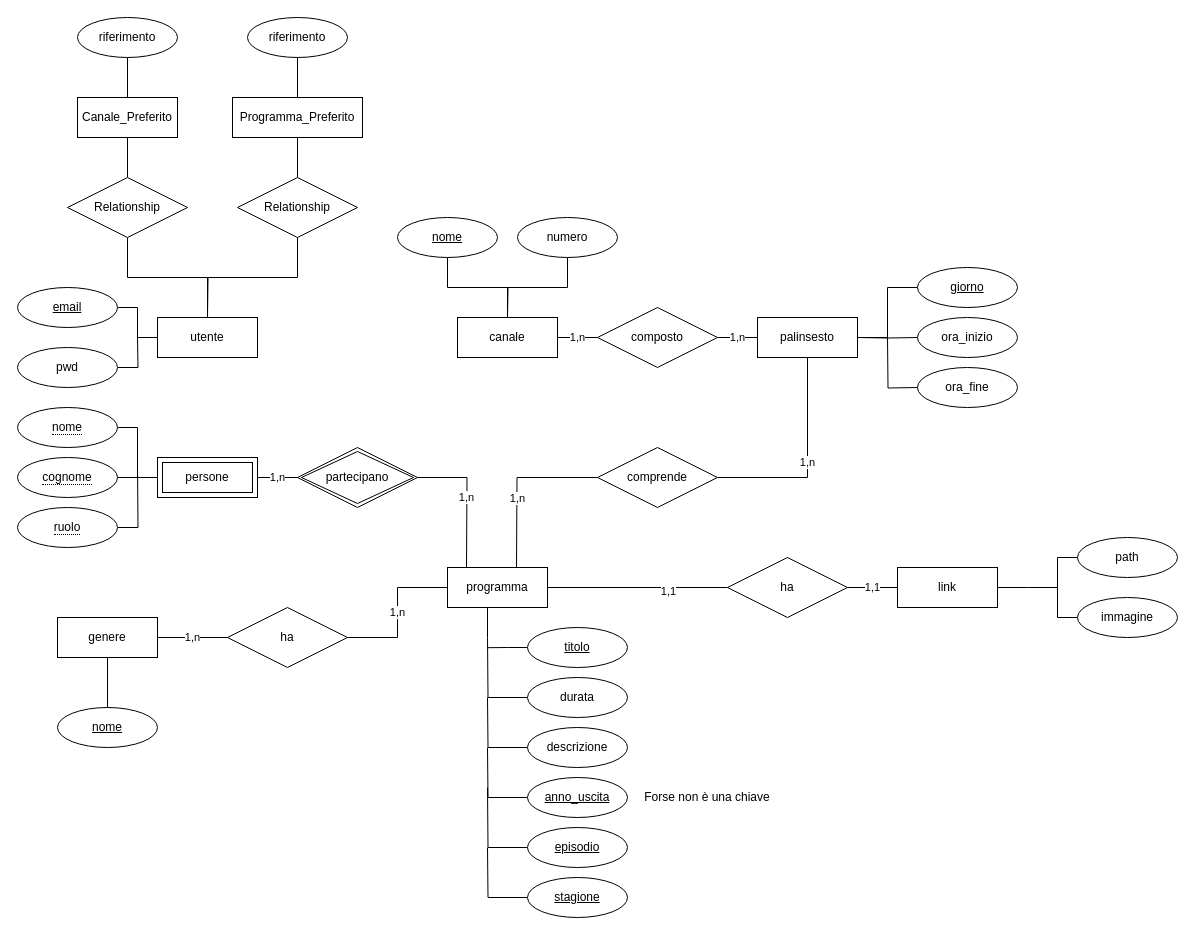
Before: page "Secondo_Ristr" (4 of 6) of Diagramma/Er_GuidaTv.drawio in Caprielos/Lbd, a draw.io diagram. Source tidied: cells renumbered, new cells numbered last; positions are measured from the earlier drawing's top-left corner, leaving out a move shared by most shapes. Both pictures are drawn from the tidied source at 100%, with x=0, y=0 at pixel (17, 17).
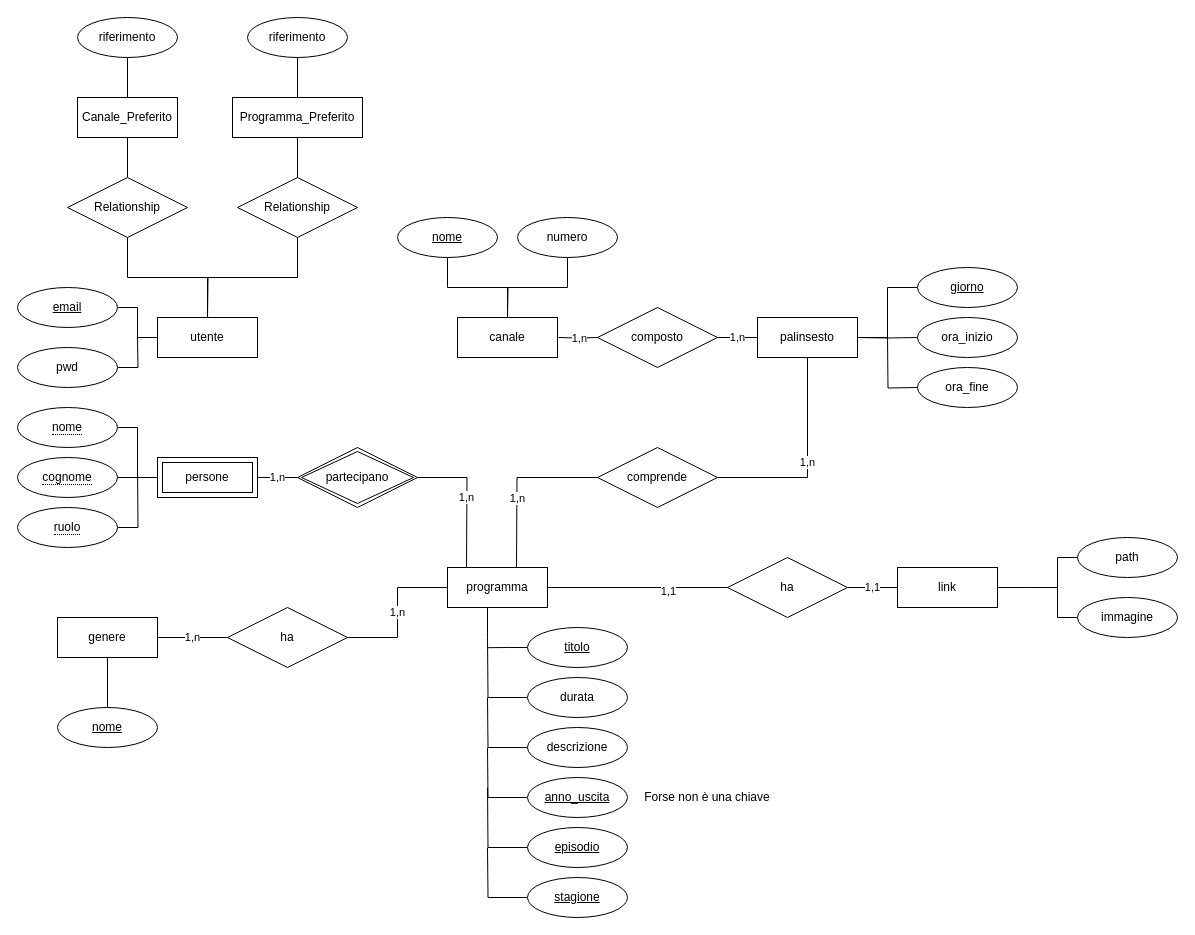
The same diagram, later.

The change refers to these unchanged cells:
```xml
<mxCell id="5" value="canale" style="whiteSpace=wrap;html=1;align=center;" parent="1" vertex="1">
  <mxGeometry x="440" y="300" width="100" height="40" as="geometry" />
</mxCell>
<mxCell id="7" value="composto" style="shape=rhombus;perimeter=rhombusPerimeter;whiteSpace=wrap;html=1;align=center;" parent="1" vertex="1">
  <mxGeometry x="580" y="290" width="120" height="60" as="geometry" />
</mxCell>
```

Change to the diagram source:
```diff
@@
-    <mxCell id="4" value="1,n" style="edgeStyle=orthogonalEdgeStyle;rounded=0;jettySize=auto;html=1;exitX=1;exitY=0.5;exitDx=0;exitDy=0;entryX=0;entryY=0.5;entryDx=0;entryDy=0;endArrow=none;endFill=0;" parent="1" edge="1" source="5" target="7">
-      <mxGeometry relative="1" as="geometry" />
+    <mxCell id="4" value="1,n" style="edgeStyle=orthogonalEdgeStyle;rounded=0;orthogonalLoop=1;jettySize=auto;html=1;exitX=1;exitY=0.5;exitDx=0;exitDy=0;entryX=0;entryY=0.5;entryDx=0;entryDy=0;endArrow=none;endFill=0;" parent="1" edge="1">
+      <mxGeometry relative="1" as="geometry">
+        <mxPoint x="541" y="320" as="sourcePoint" />
+        <mxPoint x="581" y="320" as="targetPoint" />
+      </mxGeometry>
     </mxCell>
```
